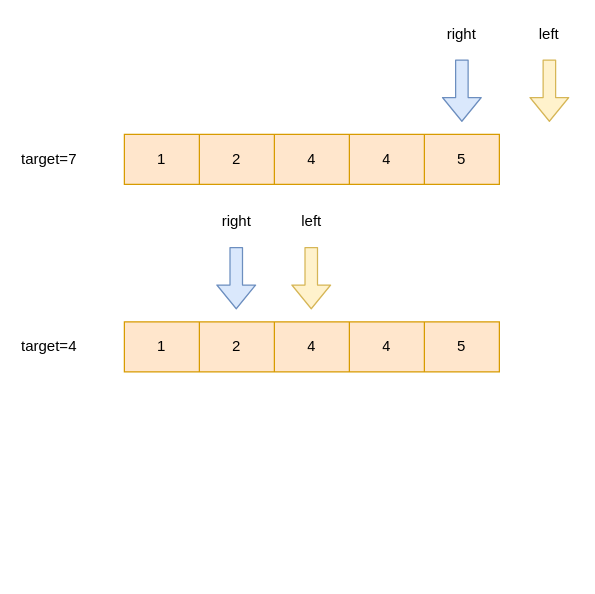
The draw.io diagram algorithm/二分模版.drawio in erlieStar/diagrams, before the edit. Source tidied: cells renumbered, new cells numbered last; positions are measured from the earlier drawing's top-left corner, leaving out a move shared by most shapes. Both pictures are drawn from the tidied source at 125%, with x=0, y=0 at pixel (24, 21).
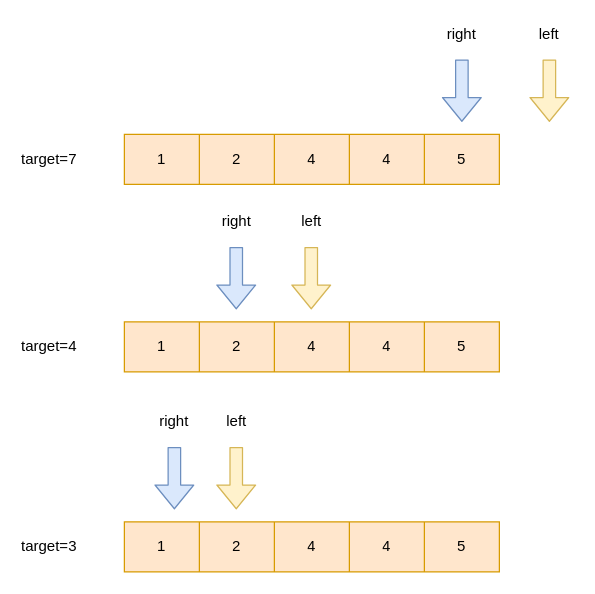
After the change.

The edit, as a diff of the source:
```diff
@@
+    <mxCell id="26" style="shape=table;html=1;whiteSpace=wrap;startSize=0;childLayout=tableLayout;fillColor=#ffe6cc;strokeColor=#d79b00;" parent="1" vertex="1">
+      <mxGeometry x="80" y="400" width="300" height="40" as="geometry" />
+    </mxCell>
+    <mxCell id="27" style="shape=partialRectangle;html=1;whiteSpace=wrap;fillColor=none;top=0;left=0;bottom=0;right=0;" parent="26" vertex="1">
+      <mxGeometry width="300" height="40" as="geometry" />
+    </mxCell>
+    <mxCell id="28" value="1" style="shape=partialRectangle;html=1;whiteSpace=wrap;fillColor=none;top=0;left=0;bottom=0;right=0;overflow=hidden;" parent="27" vertex="1">
+      <mxGeometry width="60" height="40" as="geometry" />
+    </mxCell>
+    <mxCell id="29" value="2" style="shape=partialRectangle;html=1;whiteSpace=wrap;fillColor=none;top=0;left=0;bottom=0;right=0;overflow=hidden;" parent="27" vertex="1">
+      <mxGeometry x="60" width="60" height="40" as="geometry" />
+    </mxCell>
+    <mxCell id="30" value="4" style="shape=partialRectangle;html=1;whiteSpace=wrap;fillColor=none;top=0;left=0;bottom=0;right=0;overflow=hidden;" parent="27" vertex="1">
+      <mxGeometry x="120" width="60" height="40" as="geometry" />
+    </mxCell>
+    <mxCell id="31" value="4" style="shape=partialRectangle;html=1;whiteSpace=wrap;fillColor=none;top=0;left=0;bottom=0;right=0;overflow=hidden;" parent="27" vertex="1">
+      <mxGeometry x="180" width="60" height="40" as="geometry" />
+    </mxCell>
+    <mxCell id="32" value="5" style="shape=partialRectangle;html=1;whiteSpace=wrap;fillColor=none;top=0;left=0;bottom=0;right=0;overflow=hidden;" parent="27" vertex="1">
+      <mxGeometry x="240" width="60" height="40" as="geometry" />
+    </mxCell>
+    <mxCell id="33" style="shape=flexArrow;endArrow=classic;html=1;fillColor=#dae8fc;strokeColor=#6c8ebf;" parent="1" edge="1">
+      <mxGeometry relative="1" as="geometry">
+        <mxPoint x="120" y="340" as="sourcePoint" />
+        <mxPoint x="120" y="390" as="targetPoint" />
+      </mxGeometry>
+    </mxCell>
+    <mxCell id="34" style="shape=flexArrow;endArrow=classic;html=1;fillColor=#fff2cc;strokeColor=#d6b656;" parent="1" edge="1">
+      <mxGeometry relative="1" as="geometry">
+        <mxPoint x="169.5" y="340" as="sourcePoint" />
+        <mxPoint x="169.5" y="390" as="targetPoint" />
+      </mxGeometry>
+    </mxCell>
+    <mxCell id="35" value="right" style="text;html=1;strokeColor=none;fillColor=none;align=center;verticalAlign=middle;whiteSpace=wrap;rounded=0;" parent="1" vertex="1">
+      <mxGeometry x="100" y="310" width="40" height="20" as="geometry" />
+    </mxCell>
+    <mxCell id="36" value="left" style="text;html=1;strokeColor=none;fillColor=none;align=center;verticalAlign=middle;whiteSpace=wrap;rounded=0;" parent="1" vertex="1">
+      <mxGeometry x="150" y="310" width="40" height="20" as="geometry" />
+    </mxCell>
+    <mxCell id="37" value="target=3" style="text;html=1;strokeColor=none;fillColor=none;align=center;verticalAlign=middle;whiteSpace=wrap;rounded=0;" parent="1" vertex="1">
+      <mxGeometry y="410" width="40" height="20" as="geometry" />
+    </mxCell>
```
